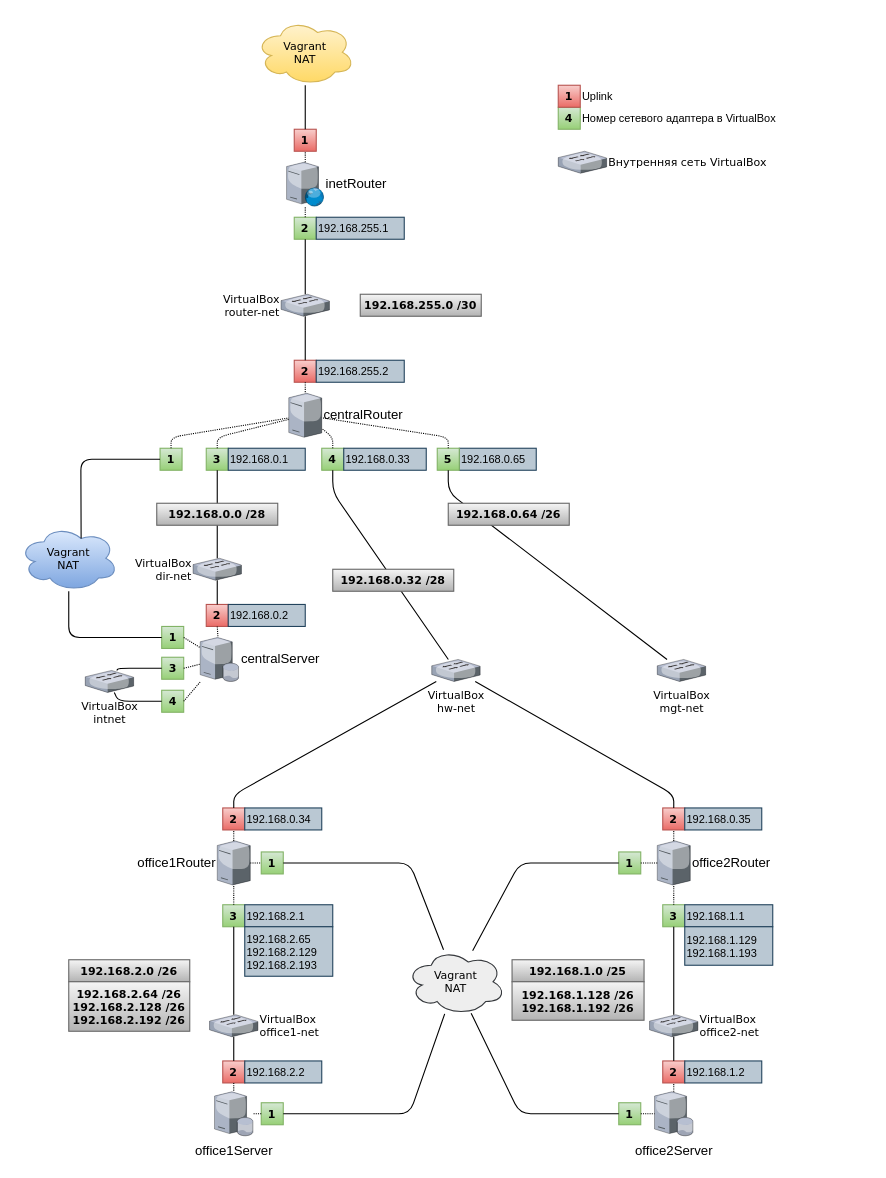
The draw.io diagram tasks/18/schemes/scheme.drawio in che-a/otus-pro-linux-admin, before the edit. Source tidied: cells renumbered, new cells numbered last; positions are measured from the earlier drawing's top-left corner, leaving out a move shared by most shapes. Both pictures are drawn from the tidied source at 110%, with x=0, y=0 at pixel (19, 19).
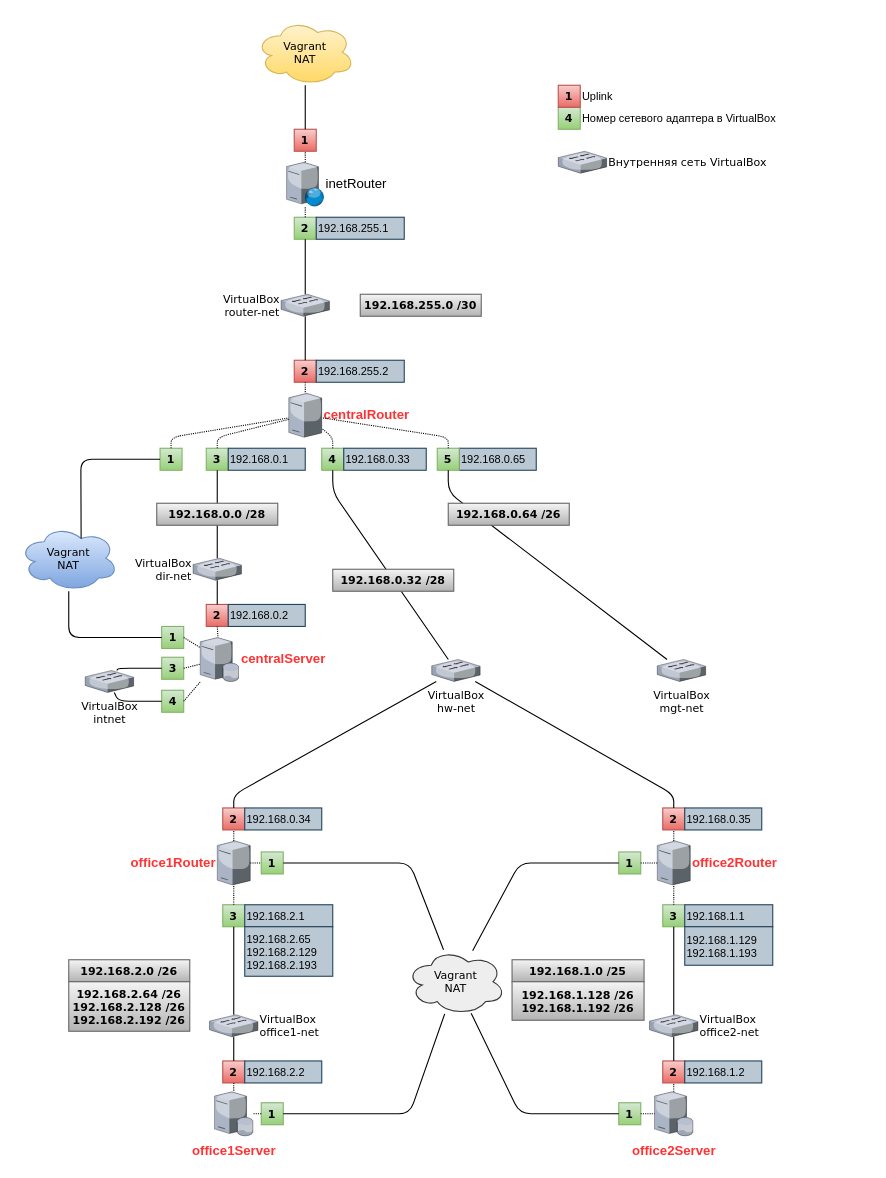
Above is the later version.

The edit, as a diff of the source:
```diff
@@
-    <mxCell id="2" value="centralRouter" style="verticalLabelPosition=middle;html=1;verticalAlign=middle;strokeColor=none;align=left;outlineConnect=0;shape=mxgraph.citrix.tower_server;labelPosition=right;" parent="1" vertex="1">
+    <mxCell id="2" value="centralRouter" style="verticalLabelPosition=middle;html=1;verticalAlign=middle;strokeColor=none;align=left;outlineConnect=0;shape=mxgraph.citrix.tower_server;labelPosition=right;fontColor=#FF3333;fontStyle=1;" parent="1" vertex="1">
       <mxGeometry x="245" y="340" width="30" height="40" as="geometry" />
     </mxCell>
@@
-    <mxCell id="4" value="centralServer" style="verticalLabelPosition=middle;html=1;verticalAlign=middle;strokeColor=none;align=left;outlineConnect=0;shape=mxgraph.citrix.database_server;labelPosition=right;" parent="1" vertex="1">
+    <mxCell id="4" value="centralServer" style="verticalLabelPosition=middle;html=1;verticalAlign=middle;strokeColor=none;align=left;outlineConnect=0;shape=mxgraph.citrix.database_server;labelPosition=right;fontColor=#FF3333;fontStyle=1;" parent="1" vertex="1">
       <mxGeometry x="164.5" y="562" width="35" height="40" as="geometry" />
     </mxCell>
@@
-    <mxCell id="38" value="office1Router" style="verticalLabelPosition=middle;html=1;verticalAlign=middle;strokeColor=none;align=right;outlineConnect=0;shape=mxgraph.citrix.tower_server;labelPosition=left;" parent="1" vertex="1">
+    <mxCell id="38" value="office1Router" style="verticalLabelPosition=middle;html=1;verticalAlign=middle;strokeColor=none;align=right;outlineConnect=0;shape=mxgraph.citrix.tower_server;labelPosition=left;fontColor=#FF3333;fontStyle=1;" parent="1" vertex="1">
       <mxGeometry x="180" y="747" width="30" height="40" as="geometry" />
     </mxCell>
-    <mxCell id="39" value="office2Router" style="verticalLabelPosition=middle;html=1;verticalAlign=middle;strokeColor=none;align=left;outlineConnect=0;shape=mxgraph.citrix.tower_server;labelPosition=right;" parent="1" vertex="1">
+    <mxCell id="39" value="office2Router" style="verticalLabelPosition=middle;html=1;verticalAlign=middle;strokeColor=none;align=left;outlineConnect=0;shape=mxgraph.citrix.tower_server;labelPosition=right;fontStyle=1;fontColor=#FF3333;" parent="1" vertex="1">
       <mxGeometry x="580" y="747" width="30" height="40" as="geometry" />
     </mxCell>
@@
-    <mxCell id="47" value="office2Server" style="verticalLabelPosition=bottom;html=1;verticalAlign=top;strokeColor=none;align=center;outlineConnect=0;shape=mxgraph.citrix.database_server;labelPosition=center;" parent="1" vertex="1">
+    <mxCell id="47" value="office2Server" style="verticalLabelPosition=bottom;html=1;verticalAlign=top;strokeColor=none;align=center;outlineConnect=0;shape=mxgraph.citrix.database_server;labelPosition=center;fontColor=#FF3333;fontStyle=1;" parent="1" vertex="1">
       <mxGeometry x="577.5" y="975" width="35" height="40" as="geometry" />
     </mxCell>
-    <mxCell id="48" value="office1Server" style="verticalLabelPosition=bottom;html=1;verticalAlign=top;strokeColor=none;align=center;outlineConnect=0;shape=mxgraph.citrix.database_server;labelPosition=center;" parent="1" vertex="1">
+    <mxCell id="48" value="office1Server" style="verticalLabelPosition=bottom;html=1;verticalAlign=top;strokeColor=none;align=center;outlineConnect=0;shape=mxgraph.citrix.database_server;labelPosition=center;fontStyle=1;fontColor=#FF3333;" parent="1" vertex="1">
       <mxGeometry x="177.5" y="975" width="35" height="40" as="geometry" />
     </mxCell>
```
